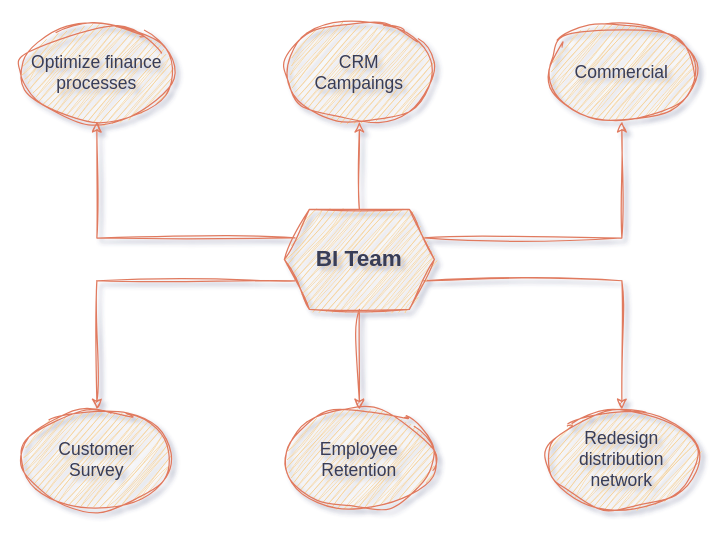
Above: page "initiative" (2 of 2) of assets/images/post_images/3. bi_reputation/bi_structure.drawio in angeanto/angeanto.github.io (draw.io), before the change. Source tidied: cells renumbered, new cells numbered last; positions are measured from the earlier drawing's top-left corner, leaving out a move shared by most shapes. Both pictures are drawn from the tidied source at 125%, with x=0, y=0 at pixel (21, 21).
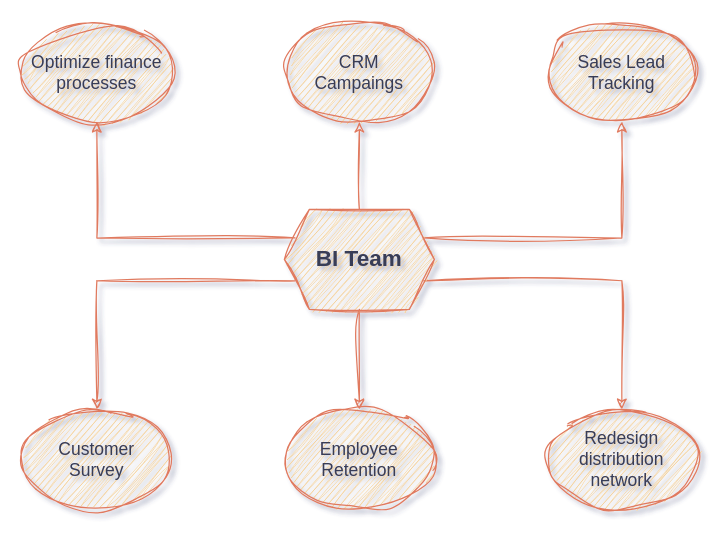
The same diagram, later.

Change to the diagram source:
```diff
@@
 <mxGraphModel shadow="1">
   <root>
     <mxCell id="0" />
     <mxCell id="1" parent="0" />
     <mxCell id="2" style="edgeStyle=orthogonalEdgeStyle;rounded=0;jettySize=auto;html=1;entryX=0.5;entryY=1;entryDx=0;entryDy=0;exitX=0;exitY=0.25;exitDx=0;exitDy=0;sketch=1;curveFitting=1;jiggle=2;labelBackgroundColor=none;strokeColor=#E07A5F;fontColor=default;" parent="1" edge="1" source="8" target="9">
       <mxGeometry relative="1" as="geometry" />
     </mxCell>
     <mxCell id="3" style="edgeStyle=orthogonalEdgeStyle;rounded=0;jettySize=auto;html=1;entryX=0.5;entryY=1;entryDx=0;entryDy=0;sketch=1;curveFitting=1;jiggle=2;labelBackgroundColor=none;strokeColor=#E07A5F;fontColor=default;" parent="1" edge="1" source="8" target="12">
       <mxGeometry relative="1" as="geometry" />
     </mxCell>
     <mxCell id="4" style="edgeStyle=orthogonalEdgeStyle;rounded=0;jettySize=auto;html=1;entryX=0.5;entryY=1;entryDx=0;entryDy=0;exitX=1;exitY=0.25;exitDx=0;exitDy=0;sketch=1;curveFitting=1;jiggle=2;labelBackgroundColor=none;strokeColor=#E07A5F;fontColor=default;" parent="1" edge="1" source="8" target="13">
       <mxGeometry relative="1" as="geometry" />
     </mxCell>
     <mxCell id="5" style="edgeStyle=orthogonalEdgeStyle;rounded=0;jettySize=auto;html=1;entryX=0.5;entryY=0;entryDx=0;entryDy=0;sketch=1;curveFitting=1;jiggle=2;labelBackgroundColor=none;strokeColor=#E07A5F;fontColor=default;" parent="1" edge="1" source="8" target="11">
       <mxGeometry relative="1" as="geometry" />
     </mxCell>
     <mxCell id="6" style="edgeStyle=orthogonalEdgeStyle;rounded=0;jettySize=auto;html=1;exitX=0;exitY=0.75;exitDx=0;exitDy=0;entryX=0.5;entryY=0;entryDx=0;entryDy=0;sketch=1;curveFitting=1;jiggle=2;labelBackgroundColor=none;strokeColor=#E07A5F;fontColor=default;" parent="1" edge="1" source="8" target="10">
       <mxGeometry relative="1" as="geometry" />
     </mxCell>
     <mxCell id="7" style="edgeStyle=orthogonalEdgeStyle;rounded=0;jettySize=auto;html=1;exitX=1;exitY=0.75;exitDx=0;exitDy=0;sketch=1;curveFitting=1;jiggle=2;labelBackgroundColor=none;strokeColor=#E07A5F;fontColor=default;" parent="1" edge="1" source="8" target="14">
       <mxGeometry relative="1" as="geometry" />
     </mxCell>
     <mxCell id="8" value="&lt;font style=&quot;font-size: 18px;&quot;&gt;&lt;b&gt;BI Team&lt;/b&gt;&lt;/font&gt;" style="shape=hexagon;perimeter=hexagonPerimeter2;whiteSpace=wrap;html=1;fixedSize=1;fillColor=#F2CC8F;fontColor=#393C56;strokeColor=#E07A5F;sketch=1;curveFitting=1;jiggle=2;labelBackgroundColor=none;" parent="1" vertex="1">
       <mxGeometry x="210" y="150" width="120" height="80" as="geometry" />
     </mxCell>
     <mxCell id="9" value="&lt;font style=&quot;font-size: 14px;&quot;&gt;Optimize finance processes&lt;/font&gt;" style="ellipse;whiteSpace=wrap;html=1;fillColor=#F2CC8F;strokeColor=#E07A5F;sketch=1;curveFitting=1;jiggle=2;labelBackgroundColor=none;fontColor=#393C56;" parent="1" vertex="1">
       <mxGeometry width="120" height="80" as="geometry" />
     </mxCell>
     <mxCell id="10" value="&lt;font style=&quot;font-size: 14px;&quot;&gt;Customer&lt;br&gt;Survey&lt;/font&gt;" style="ellipse;whiteSpace=wrap;html=1;fillColor=#F2CC8F;strokeColor=#E07A5F;sketch=1;curveFitting=1;jiggle=2;labelBackgroundColor=none;fontColor=#393C56;" parent="1" vertex="1">
       <mxGeometry y="310" width="120" height="80" as="geometry" />
     </mxCell>
     <mxCell id="11" value="&lt;font style=&quot;font-size: 14px;&quot;&gt;Employee&lt;br&gt;Retention&lt;/font&gt;&lt;span style=&quot;font-size: 14px;&quot;&gt;&lt;br&gt;&lt;/span&gt;" style="ellipse;whiteSpace=wrap;html=1;fillColor=#F2CC8F;strokeColor=#E07A5F;sketch=1;curveFitting=1;jiggle=2;labelBackgroundColor=none;fontColor=#393C56;" parent="1" vertex="1">
       <mxGeometry x="210" y="310" width="120" height="80" as="geometry" />
     </mxCell>
     <mxCell id="12" value="&lt;span style=&quot;font-size: 14px;&quot;&gt;CRM&lt;br&gt;Campaings&lt;/span&gt;" style="ellipse;whiteSpace=wrap;html=1;fillColor=#F2CC8F;strokeColor=#E07A5F;sketch=1;curveFitting=1;jiggle=2;labelBackgroundColor=none;fontColor=#393C56;" parent="1" vertex="1">
       <mxGeometry x="210" width="120" height="80" as="geometry" />
     </mxCell>
-    <mxCell id="13" value="&lt;font style=&quot;font-size: 14px;&quot;&gt;Commercial&lt;/font&gt;" style="ellipse;whiteSpace=wrap;html=1;fillColor=#F2CC8F;strokeColor=#E07A5F;sketch=1;curveFitting=1;jiggle=2;labelBackgroundColor=none;fontColor=#393C56;" parent="1" vertex="1">
+    <mxCell id="13" value="&lt;span style=&quot;font-size: 14px;&quot;&gt;Sales Lead Tracking&lt;/span&gt;" style="ellipse;whiteSpace=wrap;html=1;fillColor=#F2CC8F;strokeColor=#E07A5F;sketch=1;curveFitting=1;jiggle=2;labelBackgroundColor=none;fontColor=#393C56;" parent="1" vertex="1">
       <mxGeometry x="420" width="120" height="80" as="geometry" />
     </mxCell>
     <mxCell id="14" value="&lt;font style=&quot;font-size: 14px;&quot;&gt;Redesign distribution network&lt;/font&gt;" style="ellipse;whiteSpace=wrap;html=1;fillColor=#F2CC8F;strokeColor=#E07A5F;sketch=1;curveFitting=1;jiggle=2;labelBackgroundColor=none;fontColor=#393C56;" parent="1" vertex="1">
       <mxGeometry x="420" y="310" width="120" height="80" as="geometry" />
     </mxCell>
   </root>
 </mxGraphModel>
```
